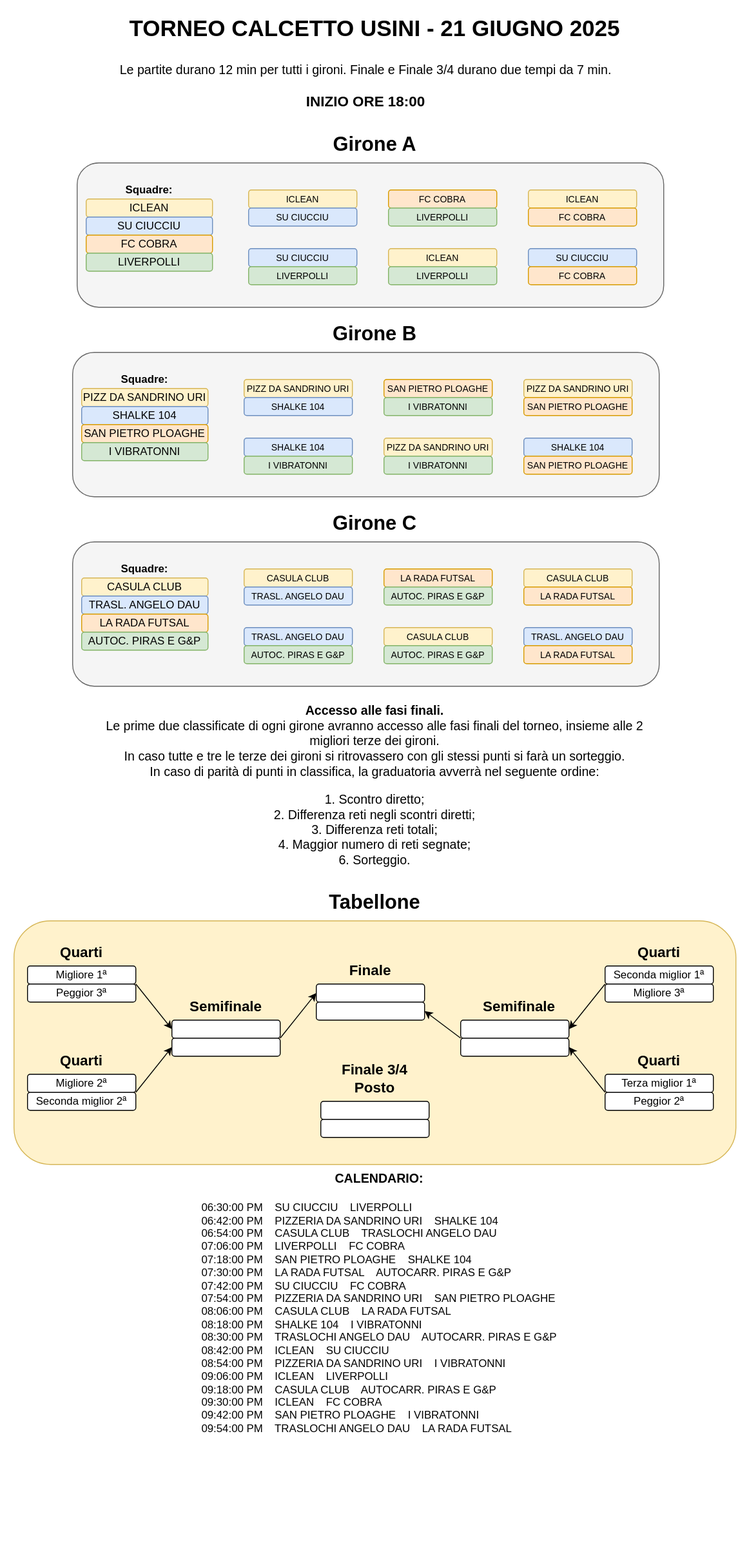
This is torneo-calcetto-2025/tabellone.svg from cscalaresu/tornei, a draw.io export, as it was before one commit. Source tidied: cells renumbered, new cells last; positions are measured from the earlier drawing's top-left corner, leaving out a move shared by most shapes.
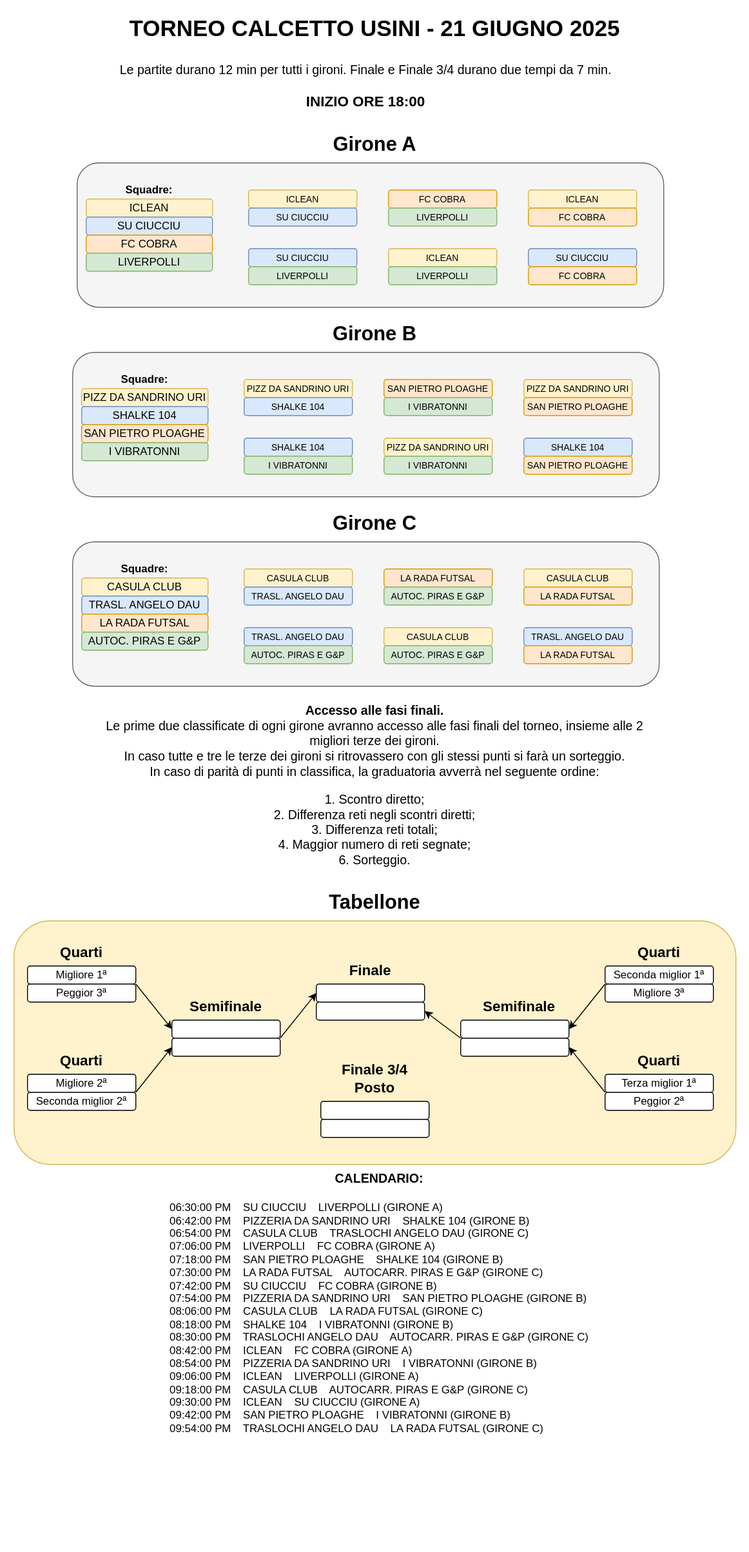
Later version of the same file.

Diff of the diagram source:
```diff
@@ -281,7 +281,7 @@
     <mxCell id="94" value="&lt;b&gt;Squadre:&lt;/b&gt;" style="text;html=1;align=center;verticalAlign=middle;whiteSpace=wrap;rounded=0;" parent="1" vertex="1">
       <mxGeometry x="110" y="200" width="110" height="20" as="geometry" />
     </mxCell>
-    <mxCell id="95" value="&lt;div align=&quot;center&quot;&gt;&lt;font style=&quot;font-size: 14px;&quot;&gt;&lt;b&gt;CALENDARIO:&lt;/b&gt;&lt;/font&gt;&lt;/div&gt;&lt;div align=&quot;center&quot;&gt;&lt;font style=&quot;font-size: 14px;&quot;&gt;&lt;b&gt;&lt;br&gt;&lt;/b&gt;&lt;/font&gt;&lt;/div&gt;&lt;div align=&quot;left&quot;&gt;06:30:00 PM&amp;nbsp; &amp;nbsp; SU CIUCCIU&amp;nbsp; &amp;nbsp; LIVERPOLLI&lt;br&gt;06:42:00 PM&amp;nbsp; &amp;nbsp; PIZZERIA DA SANDRINO URI&amp;nbsp; &amp;nbsp; SHALKE 104&lt;br&gt;06:54:00 PM&amp;nbsp; &amp;nbsp; CASULA CLUB&amp;nbsp; &amp;nbsp; TRASLOCHI ANGELO DAU&lt;br&gt;07:06:00 PM&amp;nbsp; &amp;nbsp; LIVERPOLLI&amp;nbsp; &amp;nbsp; FC COBRA&lt;br&gt;07:18:00 PM&amp;nbsp; &amp;nbsp; SAN PIETRO PLOAGHE&amp;nbsp; &amp;nbsp; SHALKE 104&lt;br&gt;07:30:00 PM&amp;nbsp; &amp;nbsp; LA RADA FUTSAL&amp;nbsp; &amp;nbsp; AUTOCARR. PIRAS E G&amp;amp;P&lt;br&gt;07:42:00 PM&amp;nbsp; &amp;nbsp; SU CIUCCIU&amp;nbsp; &amp;nbsp; FC COBRA&lt;br&gt;07:54:00 PM&amp;nbsp; &amp;nbsp; PIZZERIA DA SANDRINO URI&amp;nbsp; &amp;nbsp; SAN PIETRO PLOAGHE&lt;br&gt;08:06:00 PM&amp;nbsp; &amp;nbsp; CASULA CLUB&amp;nbsp; &amp;nbsp; LA RADA FUTSAL&lt;br&gt;08:18:00 PM&amp;nbsp; &amp;nbsp; SHALKE 104&amp;nbsp; &amp;nbsp; I VIBRATONNI&lt;br&gt;08:30:00 PM&amp;nbsp; &amp;nbsp; TRASLOCHI ANGELO DAU&amp;nbsp; &amp;nbsp; AUTOCARR. PIRAS E G&amp;amp;P&lt;br&gt;08:42:00 PM&amp;nbsp; &amp;nbsp; ICLEAN&amp;nbsp; &amp;nbsp; SU CIUCCIU&lt;br&gt;08:54:00 PM&amp;nbsp; &amp;nbsp; PIZZERIA DA SANDRINO URI&amp;nbsp; &amp;nbsp; I VIBRATONNI&lt;br&gt;09:06:00 PM&amp;nbsp; &amp;nbsp; ICLEAN&amp;nbsp; &amp;nbsp; LIVERPOLLI&lt;br&gt;09:18:00 PM&amp;nbsp; &amp;nbsp; CASULA CLUB&amp;nbsp; &amp;nbsp; AUTOCARR. PIRAS E G&amp;amp;P&lt;br&gt;09:30:00 PM&amp;nbsp; &amp;nbsp; ICLEAN&amp;nbsp; &amp;nbsp; FC COBRA&lt;br&gt;09:42:00 PM&amp;nbsp; &amp;nbsp; SAN PIETRO PLOAGHE&amp;nbsp; &amp;nbsp; I VIBRATONNI&lt;br&gt;09:54:00 PM&amp;nbsp; &amp;nbsp; TRASLOCHI ANGELO DAU&amp;nbsp; &amp;nbsp; LA RADA FUTSAL&lt;br&gt;&lt;/div&gt;&lt;div align=&quot;left&quot;&gt;&lt;br&gt;&lt;/div&gt;&lt;br&gt;&lt;div align=&quot;left&quot;&gt;&lt;br&gt;&lt;/div&gt;" style="text;html=1;align=center;verticalAlign=middle;whiteSpace=wrap;rounded=0;" parent="1" vertex="1">
+    <mxCell id="95" value="&lt;div align=&quot;center&quot;&gt;&lt;font style=&quot;font-size: 14px;&quot;&gt;&lt;b&gt;CALENDARIO:&lt;/b&gt;&lt;/font&gt;&lt;/div&gt;&lt;div align=&quot;center&quot;&gt;&lt;font style=&quot;font-size: 14px;&quot;&gt;&lt;b&gt;&lt;br&gt;&lt;/b&gt;&lt;/font&gt;&lt;/div&gt;&lt;div align=&quot;left&quot;&gt;06:30:00 PM&amp;nbsp; &amp;nbsp; SU CIUCCIU&amp;nbsp; &amp;nbsp; LIVERPOLLI (GIRONE A)&lt;br&gt;06:42:00 PM&amp;nbsp; &amp;nbsp; PIZZERIA DA SANDRINO URI&amp;nbsp; &amp;nbsp; SHALKE 104 (GIRONE B)&lt;br&gt;06:54:00 PM&amp;nbsp; &amp;nbsp; CASULA CLUB&amp;nbsp; &amp;nbsp; TRASLOCHI ANGELO DAU (GIRONE C)&lt;br&gt;07:06:00 PM&amp;nbsp; &amp;nbsp; LIVERPOLLI&amp;nbsp; &amp;nbsp; FC COBRA (GIRONE A)&lt;br&gt;07:18:00 PM&amp;nbsp; &amp;nbsp; SAN PIETRO PLOAGHE&amp;nbsp; &amp;nbsp; SHALKE 104 (GIRONE B)&lt;br&gt;07:30:00 PM&amp;nbsp; &amp;nbsp; LA RADA FUTSAL&amp;nbsp; &amp;nbsp; AUTOCARR. PIRAS E G&amp;amp;P (GIRONE C)&lt;br&gt;07:42:00 PM&amp;nbsp; &amp;nbsp; SU CIUCCIU&amp;nbsp; &amp;nbsp; FC COBRA (GIRONE B)&lt;br&gt;07:54:00 PM&amp;nbsp; &amp;nbsp; PIZZERIA DA SANDRINO URI&amp;nbsp; &amp;nbsp; SAN PIETRO PLOAGHE (GIRONE B)&lt;br&gt;08:06:00 PM&amp;nbsp; &amp;nbsp; CASULA CLUB&amp;nbsp; &amp;nbsp; LA RADA FUTSAL (GIRONE C)&lt;br&gt;08:18:00 PM&amp;nbsp; &amp;nbsp; SHALKE 104&amp;nbsp; &amp;nbsp; I VIBRATONNI (GIRONE B)&lt;br&gt;08:30:00 PM&amp;nbsp; &amp;nbsp; TRASLOCHI ANGELO DAU&amp;nbsp; &amp;nbsp; AUTOCARR. PIRAS E G&amp;amp;P (GIRONE C)&lt;br&gt;08:42:00 PM&amp;nbsp; &amp;nbsp; ICLEAN&amp;nbsp; &amp;nbsp; FC COBRA (GIRONE A)&lt;br&gt;08:54:00 PM&amp;nbsp; &amp;nbsp; PIZZERIA DA SANDRINO URI&amp;nbsp; &amp;nbsp; I VIBRATONNI (GIRONE B)&lt;br&gt;09:06:00 PM&amp;nbsp; &amp;nbsp; ICLEAN&amp;nbsp; &amp;nbsp; LIVERPOLLI (GIRONE A)&lt;br&gt;09:18:00 PM&amp;nbsp; &amp;nbsp; CASULA CLUB&amp;nbsp; &amp;nbsp; AUTOCARR. PIRAS E G&amp;amp;P (GIRONE C)&lt;br&gt;09:30:00 PM&amp;nbsp; &amp;nbsp; ICLEAN&amp;nbsp; &amp;nbsp; SU CIUCCIU (GIRONE A)&lt;br&gt;09:42:00 PM&amp;nbsp; &amp;nbsp; SAN PIETRO PLOAGHE&amp;nbsp; &amp;nbsp; I VIBRATONNI (GIRONE B)&lt;br&gt;09:54:00 PM&amp;nbsp; &amp;nbsp; TRASLOCHI ANGELO DAU&amp;nbsp; &amp;nbsp; LA RADA FUTSAL (GIRONE C)&lt;/div&gt;&lt;div align=&quot;left&quot;&gt;&lt;br&gt;&lt;/div&gt;&lt;br&gt;&lt;div align=&quot;left&quot;&gt;&lt;br&gt;&lt;/div&gt;" style="text;html=1;align=center;verticalAlign=middle;whiteSpace=wrap;rounded=0;" parent="1" vertex="1">
       <mxGeometry x="20" y="1320" width="800" height="290" as="geometry" />
     </mxCell>
   </root>
```
